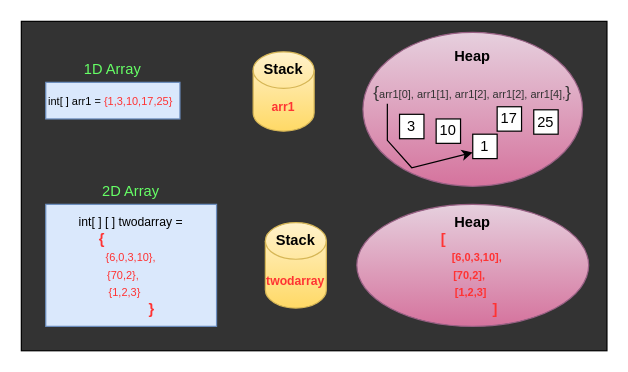
The draw.io diagram ArrayInternalWorking.drawio in PavanKoppana/blueprints, before the edit. Source tidied: cells renumbered, new cells numbered last; positions are measured from the earlier drawing's top-left corner, leaving out a move shared by most shapes. Both pictures are drawn from the tidied source at 122%, with x=0, y=0 at pixel (21, 21).
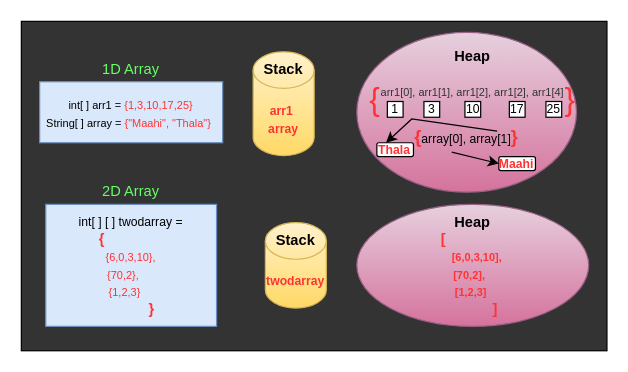
After the change.

Diff of the diagram source:
```diff
@@
-    <mxCell id="3" value="&lt;font style=&quot;font-size: 9px;&quot;&gt;int[ ] arr1 =&lt;font style=&quot;color: rgb(255, 217, 102);&quot;&gt; &lt;/font&gt;&lt;font style=&quot;color: rgb(255, 51, 51);&quot;&gt;{1,3,10,17,25}&lt;/font&gt;&lt;/font&gt;&amp;nbsp;" style="rounded=0;whiteSpace=wrap;html=1;fillColor=#dae8fc;strokeColor=#6c8ebf;" parent="1" vertex="1">
-      <mxGeometry x="20" y="50" width="110" height="30" as="geometry" />
+    <mxCell id="3" value="&lt;font style=&quot;font-size: 9px;&quot;&gt;int[ ] arr1 =&lt;font style=&quot;color: rgb(255, 217, 102);&quot;&gt; &lt;/font&gt;&lt;font style=&quot;color: rgb(255, 51, 51);&quot;&gt;{1,3,10,17,25}&lt;br&gt;&lt;/font&gt;&lt;/font&gt;&lt;span style=&quot;font-size: 9px;&quot;&gt;String[ ] array =&lt;/span&gt;&lt;font style=&quot;font-size: 9px; color: rgb(255, 217, 102);&quot;&gt;&amp;nbsp;&lt;/font&gt;&lt;font style=&quot;font-size: 9px; color: rgb(255, 51, 51);&quot;&gt;{&quot;Maahi&quot;, &quot;Thala&quot;}&lt;/font&gt;&amp;nbsp;" style="rounded=0;whiteSpace=wrap;html=1;fillColor=#dae8fc;strokeColor=#6c8ebf;" parent="1" vertex="1">
+      <mxGeometry x="15" y="49.5" width="150" height="50" as="geometry" />
     </mxCell>
-    <mxCell id="4" value="&lt;b&gt;&lt;font style=&quot;color: rgb(255, 51, 51); font-size: 10px;&quot;&gt;arr1&lt;/font&gt;&lt;/b&gt;" style="shape=cylinder3;whiteSpace=wrap;html=1;boundedLbl=1;backgroundOutline=1;size=15;fillColor=#fff2cc;strokeColor=#d6b656;gradientColor=#ffd966;" parent="1" vertex="1">
-      <mxGeometry x="190" y="25" width="50" height="65" as="geometry" />
+    <mxCell id="4" value="&lt;b&gt;&lt;font style=&quot;color: rgb(255, 51, 51); font-size: 10px;&quot;&gt;arr1&amp;nbsp;&lt;br&gt;array&lt;/font&gt;&lt;/b&gt;" style="shape=cylinder3;whiteSpace=wrap;html=1;boundedLbl=1;backgroundOutline=1;size=15;fillColor=#fff2cc;strokeColor=#d6b656;gradientColor=#ffd966;" parent="1" vertex="1">
+      <mxGeometry x="190" y="25" width="50" height="85" as="geometry" />
     </mxCell>
@@
     <mxCell id="6" style="ellipse;whiteSpace=wrap;html=1;fillColor=#e6d0de;gradientColor=#d5739d;strokeColor=#996185;" parent="1" vertex="1">
-      <mxGeometry x="280" y="9" width="180" height="126.2" as="geometry" />
+      <mxGeometry x="275" y="9" width="180" height="131" as="geometry" />
     </mxCell>
@@
-    <mxCell id="8" value="&lt;font style=&quot;color: rgb(51, 51, 51);&quot;&gt;&lt;font style=&quot;font-size: 14px;&quot;&gt;{&lt;/font&gt;&lt;font style=&quot;font-size: 9px;&quot;&gt;arr1[0], arr1[1], arr1[2], arr1[2], arr1[4],&lt;/font&gt;&lt;font style=&quot;font-size: 14px;&quot;&gt;}&lt;/font&gt;&lt;/font&gt;" style="text;html=1;align=center;verticalAlign=middle;whiteSpace=wrap;rounded=0;" parent="1" vertex="1">
+    <mxCell id="8" value="&lt;font style=&quot;color: rgb(51, 51, 51);&quot;&gt;&lt;font style=&quot;font-size: 9px;&quot;&gt;arr1[0], arr1[1], arr1[2], arr1[2], arr1[4]&lt;/font&gt;&lt;/font&gt;" style="text;html=1;align=center;verticalAlign=middle;whiteSpace=wrap;rounded=0;" parent="1" vertex="1">
       <mxGeometry x="260" y="42.5" width="220" height="30" as="geometry" />
     </mxCell>
-    <mxCell id="9" value="3" style="whiteSpace=wrap;html=1;" parent="1" vertex="1">
-      <mxGeometry x="310" y="76.2" width="20" height="20" as="geometry" />
+    <mxCell id="9" value="&lt;font style=&quot;font-size: 10px;&quot;&gt;3&lt;/font&gt;" style="whiteSpace=wrap;html=1;" parent="1" vertex="1">
+      <mxGeometry x="330" y="65.7" width="12.9" height="12.9" as="geometry" />
     </mxCell>
-    <mxCell id="10" value="10" style="whiteSpace=wrap;html=1;" parent="1" vertex="1">
-      <mxGeometry x="340" y="80" width="20" height="20" as="geometry" />
-    </mxCell>
-    <mxCell id="11" value="17" style="whiteSpace=wrap;html=1;" parent="1" vertex="1">
-      <mxGeometry x="390" y="70" width="20" height="20" as="geometry" />
-    </mxCell>
-    <mxCell id="12" value="25" style="whiteSpace=wrap;html=1;" parent="1" vertex="1">
-      <mxGeometry x="420" y="72.5" width="20" height="20" as="geometry" />
-    </mxCell>
-    <mxCell id="13" value="1" style="whiteSpace=wrap;html=1;" parent="1" vertex="1">
-      <mxGeometry x="370" y="92.5" width="20" height="20" as="geometry" />
-    </mxCell>
-    <mxCell id="14" style="endArrow=classic;html=1;rounded=0;entryX=0;entryY=0.75;entryDx=0;entryDy=0;" parent="1" edge="1" target="13">
-      <mxGeometry relative="1" as="geometry">
-        <mxPoint x="300" y="67.5" as="sourcePoint" />
-        <Array as="points">
-          <mxPoint x="300" y="97.5" />
-          <mxPoint x="320" y="120" />
-        </Array>
-      </mxGeometry>
-    </mxCell>
     <mxCell id="15" value="&lt;font style=&quot;color: rgb(102, 255, 102);&quot;&gt;1D Array&lt;/font&gt;" style="text;html=1;align=center;verticalAlign=middle;whiteSpace=wrap;rounded=0;" parent="1" vertex="1">
-      <mxGeometry x="45" y="25" width="60" height="30" as="geometry" />
+      <mxGeometry x="60" y="25" width="60" height="30" as="geometry" />
     </mxCell>
@@
+    <mxCell id="13" value="&lt;span style=&quot;font-size: 10px;&quot;&gt;1&lt;/span&gt;" style="whiteSpace=wrap;html=1;" parent="1" vertex="1">
+      <mxGeometry x="300" y="65.7" width="12.9" height="12.9" as="geometry" />
+    </mxCell>
+    <mxCell id="10" value="&lt;span style=&quot;font-size: 10px;&quot;&gt;10&lt;/span&gt;" style="whiteSpace=wrap;html=1;" parent="1" vertex="1">
+      <mxGeometry x="363.6" y="65.7" width="12.9" height="12.9" as="geometry" />
+    </mxCell>
+    <mxCell id="11" value="&lt;span style=&quot;font-size: 10px;&quot;&gt;17&lt;/span&gt;" style="whiteSpace=wrap;html=1;" parent="1" vertex="1">
+      <mxGeometry x="400" y="65.7" width="12.9" height="12.9" as="geometry" />
+    </mxCell>
+    <mxCell id="12" value="&lt;span style=&quot;font-size: 10px;&quot;&gt;25&lt;/span&gt;" style="whiteSpace=wrap;html=1;" parent="1" vertex="1">
+      <mxGeometry x="430" y="65.7" width="12.9" height="12.9" as="geometry" />
+    </mxCell>
+    <mxCell id="23" value="&lt;font style=&quot;font-size: 26px; color: rgb(255, 51, 51);&quot;&gt;{&lt;/font&gt;" style="text;html=1;align=center;verticalAlign=middle;whiteSpace=wrap;rounded=0;" parent="1" vertex="1">
+      <mxGeometry x="260" y="48.6" width="60" height="30" as="geometry" />
+    </mxCell>
+    <mxCell id="24" value="&lt;font color=&quot;#ff3333&quot;&gt;&lt;span style=&quot;font-size: 26px;&quot;&gt;}&lt;/span&gt;&lt;/font&gt;" style="text;html=1;align=center;verticalAlign=middle;whiteSpace=wrap;rounded=0;" parent="1" vertex="1">
+      <mxGeometry x="420" y="48.6" width="60" height="30" as="geometry" />
+    </mxCell>
+    <mxCell id="25" value="&lt;font style=&quot;&quot;&gt;&lt;font style=&quot;color: rgb(255, 51, 51); font-size: 15px;&quot;&gt;&lt;b&gt;{&lt;/b&gt;&lt;/font&gt;&lt;font style=&quot;font-size: 10px;&quot;&gt;array[0], array[1&lt;/font&gt;&lt;span style=&quot;font-size: 10px;&quot;&gt;]&lt;/span&gt;&lt;font style=&quot;color: rgb(255, 51, 51); font-size: 15px;&quot;&gt;&lt;b&gt;}&lt;/b&gt;&lt;/font&gt;&lt;/font&gt;" style="text;html=1;align=center;verticalAlign=middle;whiteSpace=wrap;rounded=0;" parent="1" vertex="1">
+      <mxGeometry x="295" y="78.6" width="140" height="30" as="geometry" />
+    </mxCell>
+    <mxCell id="26" value="&lt;b&gt;&lt;font style=&quot;font-size: 10px; color: rgb(255, 51, 51);&quot;&gt;Thala&lt;/font&gt;&lt;/b&gt;" style="rounded=1;whiteSpace=wrap;html=1;" parent="1" vertex="1">
+      <mxGeometry x="291.4" y="99.5" width="30" height="11.4" as="geometry" />
+    </mxCell>
+    <mxCell id="27" value="&lt;font color=&quot;#ff3333&quot;&gt;&lt;span style=&quot;font-size: 10px;&quot;&gt;&lt;b&gt;Maahi&lt;/b&gt;&lt;/span&gt;&lt;/font&gt;" style="rounded=1;whiteSpace=wrap;html=1;" parent="1" vertex="1">
+      <mxGeometry x="391.4" y="110.9" width="30" height="11.4" as="geometry" />
+    </mxCell>
+    <mxCell id="28" style="endArrow=classic;html=1;rounded=0;entryX=0;entryY=0.5;entryDx=0;entryDy=0;exitX=0.413;exitY=0.952;exitDx=0;exitDy=0;exitPerimeter=0;" parent="1" edge="1" source="25" target="27">
+      <mxGeometry relative="1" as="geometry" />
+    </mxCell>
+    <mxCell id="29" style="endArrow=classic;html=1;rounded=0;entryX=0.25;entryY=0;entryDx=0;entryDy=0;" parent="1" edge="1" target="26">
+      <mxGeometry relative="1" as="geometry">
+        <mxPoint x="390" y="90" as="sourcePoint" />
+        <Array as="points">
+          <mxPoint x="390" y="90" />
+          <mxPoint x="320" y="80" />
+        </Array>
+      </mxGeometry>
+    </mxCell>
```
